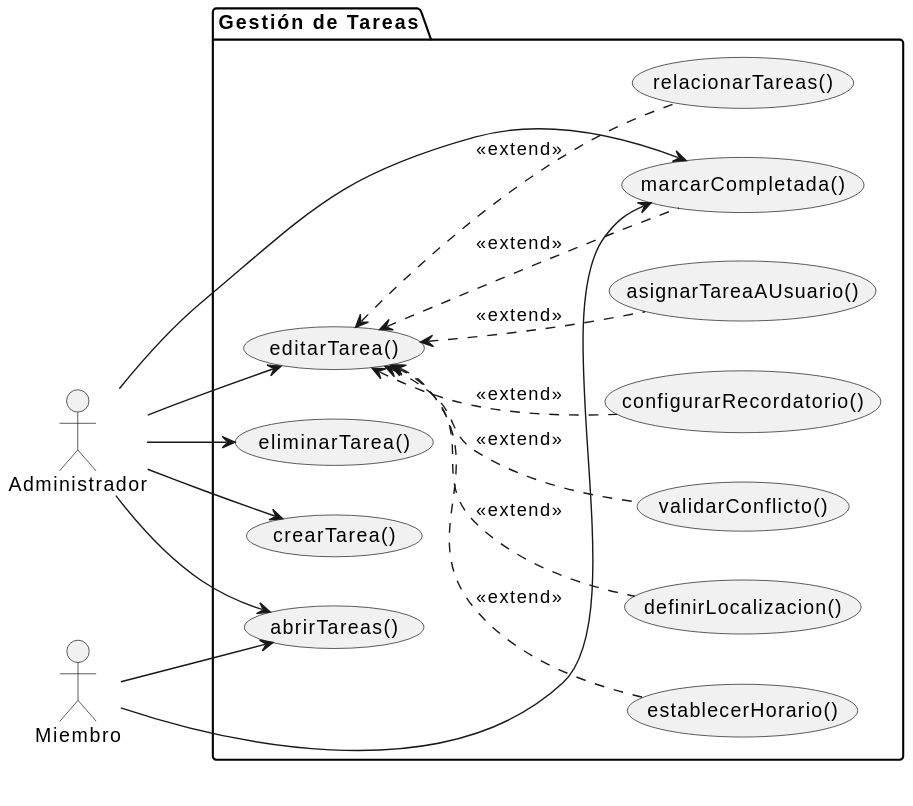
This is documents/actoresYCasosDeUso/diagramas/diagramaGestionTareas/diagramaGestionTareas.svg from inigovaqueroo04/25-26-IdSw1-SdR, a PlantUML export, as it was before one commit.
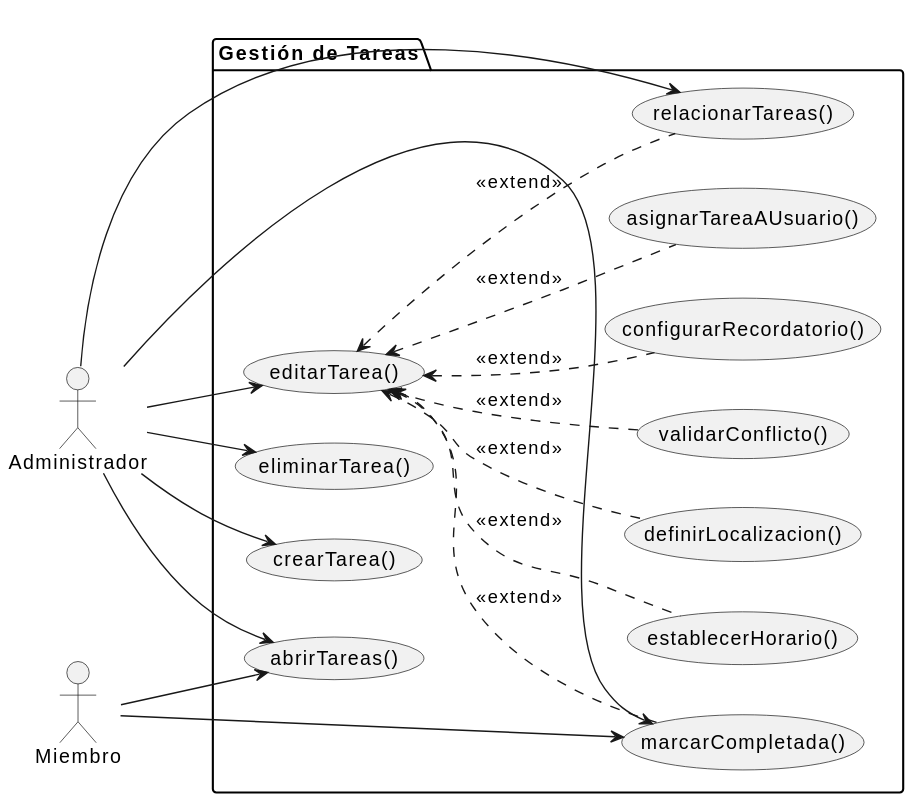
Above is the later version.

Commit message:
Unión directa entre administrador y relacionarTarea

What changed in the source:
```diff
@@ -23,6 +23,7 @@
 Admin --> UC2
 Admin --> UC3
 Admin --> UC4
+Admin --> UC5
 Admin --> UC8
 
 Miem --> UC4
```
